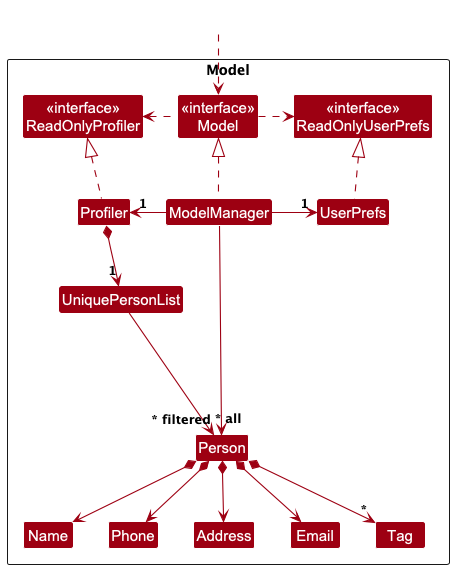
Earlier version of the PlantUML export docs/images/ModelClassDiagram.png (swatirajesh277/tp).
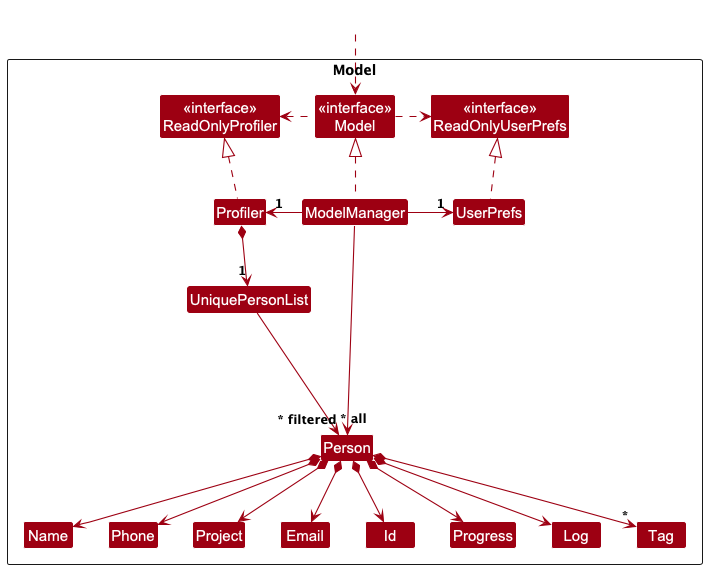
After the change.

What changed in the source:
```diff
@@ -14,10 +14,13 @@
 
 Class UniquePersonList
 Class Person
-Class Address
+Class Project
 Class Email
 Class Name
+Class Id
 Class Phone
+Class Progress
+Class Log
 Class Tag
 
 Class I #FFFFFF
@@ -38,17 +41,20 @@
 Profiler *--> "1" UniquePersonList
 UniquePersonList --> "~* all" Person
 Person *--> Name
+Person *--> Id
 Person *--> Phone
 Person *--> Email
-Person *--> Address
+Person *--> Project
+Person *--> Progress
+Person *--> Log
 Person *--> "*" Tag
+
 
 Person -[hidden]up--> I
 UniquePersonList -[hidden]right-> I
 
 Name -[hidden]right-> Phone
-Phone -[hidden]right-> Address
-Address -[hidden]right-> Email
+
 
 ModelManager --> "~* filtered" Person
 @enduml
```
